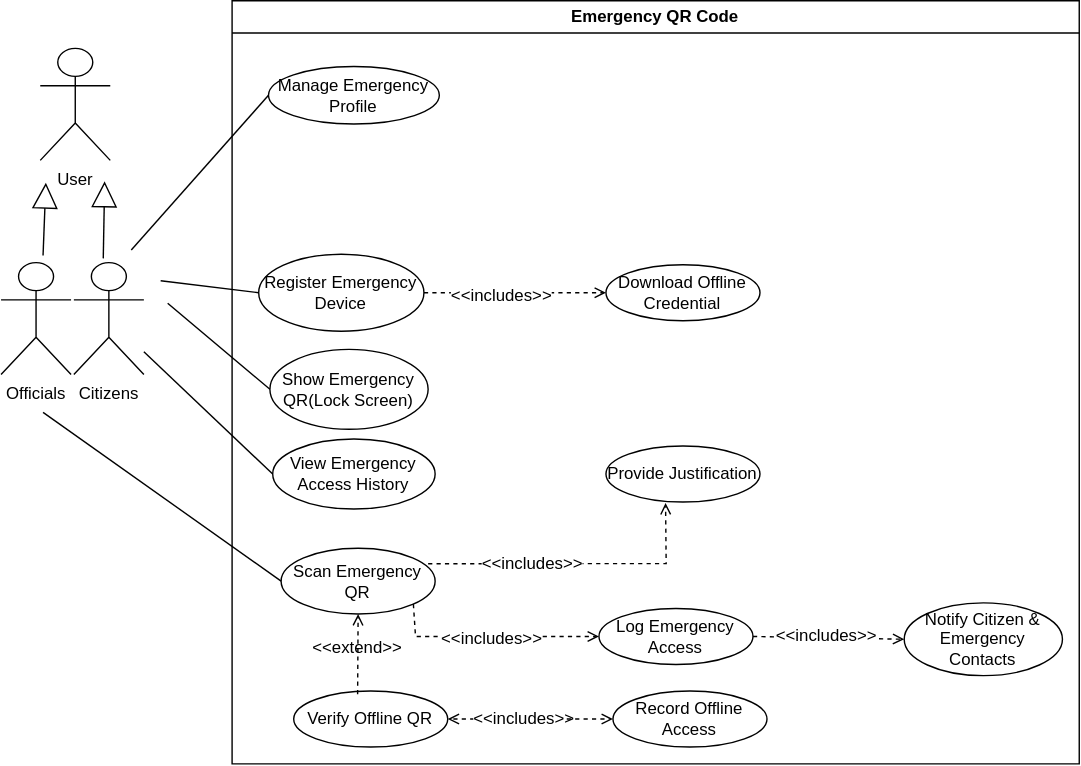
This is docs/images/emergency-qr.drawio.svg from COS301-SE-2026/South-African-Digital-ID-Wallet, a draw.io export, as it was before one commit. Source tidied: cells renumbered, new cells last; positions are measured from the earlier drawing's top-left corner, leaving out a move shared by most shapes.
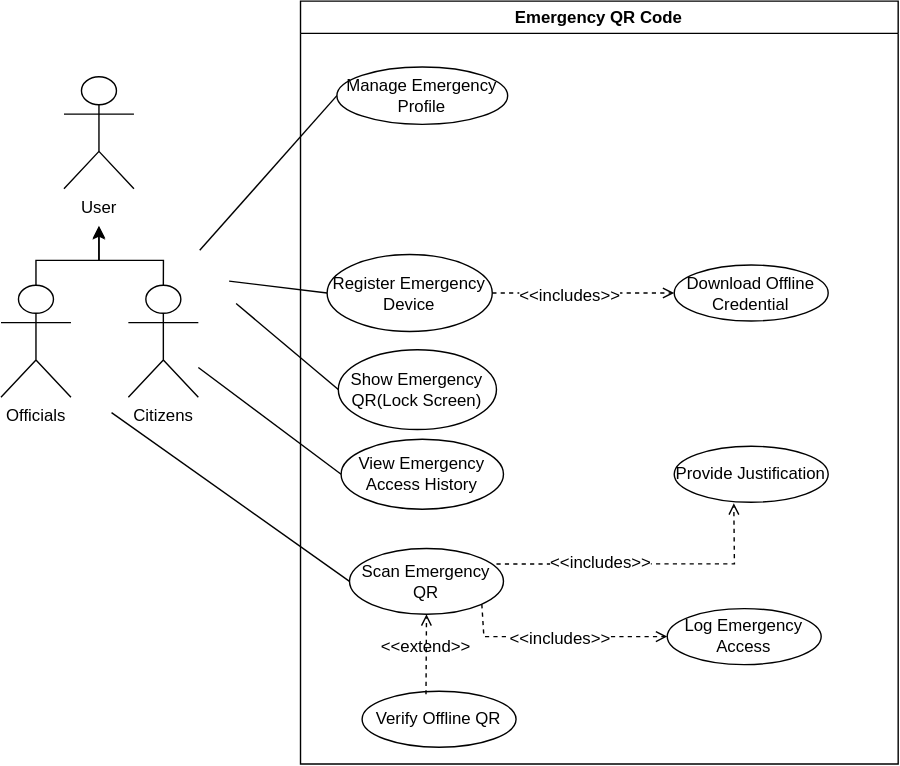
Above is the later version.

The edit, as a diff of the source:
```diff
@@ -3,7 +3,7 @@
     <mxCell id="0" />
     <mxCell id="1" parent="0" />
     <mxCell id="2" value="Emergency QR Code" style="swimlane;whiteSpace=wrap;html=1;startSize=23;" parent="1" vertex="1">
-      <mxGeometry x="165" width="605" height="545" as="geometry" />
+      <mxGeometry x="165" width="427" height="545" as="geometry" />
     </mxCell>
     <mxCell id="3" value="Manage Emergency Profile" style="ellipse;whiteSpace=wrap;html=1;" parent="2" vertex="1">
       <mxGeometry x="26" y="47" width="122" height="41" as="geometry" />
@@ -49,32 +49,12 @@
     <mxCell id="15" style="edgeStyle=none;shape=connector;rounded=0;jettySize=auto;html=1;exitX=0.415;exitY=0.056;exitDx=0;exitDy=0;entryX=0.5;entryY=1;entryDx=0;entryDy=0;strokeColor=default;align=center;verticalAlign=middle;fontFamily=Helvetica;fontSize=12;fontColor=default;labelBackgroundColor=default;endArrow=open;endFill=0;dashed=1;exitPerimeter=0;" parent="2" edge="1" source="8" target="7">
       <mxGeometry relative="1" as="geometry" />
     </mxCell>
-    <mxCell id="16" value="Record Offline Access" style="ellipse;whiteSpace=wrap;html=1;" parent="2" vertex="1">
-      <mxGeometry x="272" y="493" width="110" height="40" as="geometry" />
-    </mxCell>
-    <mxCell id="17" style="edgeStyle=none;shape=connector;rounded=0;jettySize=auto;html=1;strokeColor=default;align=center;verticalAlign=middle;fontFamily=Helvetica;fontSize=12;fontColor=default;labelBackgroundColor=default;endArrow=open;endFill=0;dashed=1;exitX=0;exitY=0.5;exitDx=0;exitDy=0;" parent="2" edge="1" source="18">
-      <mxGeometry relative="1" as="geometry">
-        <mxPoint x="154" y="513" as="targetPoint" />
-      </mxGeometry>
-    </mxCell>
-    <mxCell id="18" value="&amp;lt;&amp;lt;includes&amp;gt;&amp;gt;" style="text;html=1;whiteSpace=wrap;strokeColor=none;fillColor=none;align=center;verticalAlign=middle;rounded=0;fontFamily=Helvetica;fontSize=12;fontColor=default;labelBackgroundColor=default;" parent="2" vertex="1">
-      <mxGeometry x="179" y="498" width="60" height="30" as="geometry" />
-    </mxCell>
     <mxCell id="19" value="Provide Justification" style="ellipse;whiteSpace=wrap;html=1;" parent="2" vertex="1">
       <mxGeometry x="267" y="318" width="110" height="40" as="geometry" />
     </mxCell>
     <mxCell id="20" value="Log Emergency Access" style="ellipse;whiteSpace=wrap;html=1;" parent="2" vertex="1">
       <mxGeometry x="262" y="434" width="110" height="40" as="geometry" />
     </mxCell>
-    <mxCell id="21" style="edgeStyle=none;shape=connector;rounded=0;jettySize=auto;html=1;exitX=1;exitY=0.5;exitDx=0;exitDy=0;strokeColor=default;align=center;verticalAlign=middle;fontFamily=Helvetica;fontSize=12;fontColor=default;labelBackgroundColor=default;endArrow=open;endFill=0;dashed=1;entryX=0;entryY=0.5;entryDx=0;entryDy=0;" parent="2" edge="1" source="20" target="23">
-      <mxGeometry relative="1" as="geometry" />
-    </mxCell>
-    <mxCell id="22" value="&amp;lt;&amp;lt;includes&amp;gt;&amp;gt;" style="text;html=1;whiteSpace=wrap;strokeColor=none;fillColor=none;align=center;verticalAlign=middle;rounded=0;fontFamily=Helvetica;fontSize=12;fontColor=default;labelBackgroundColor=default;" parent="2" vertex="1">
-      <mxGeometry x="395" y="445" width="60" height="18" as="geometry" />
-    </mxCell>
-    <mxCell id="23" value="Notify Citizen &amp;amp; Emergency Contacts" style="ellipse;whiteSpace=wrap;html=1;" parent="2" vertex="1">
-      <mxGeometry x="480" y="430" width="113" height="52" as="geometry" />
-    </mxCell>
     <mxCell id="24" style="edgeStyle=none;shape=connector;rounded=0;jettySize=auto;html=1;strokeColor=default;align=center;verticalAlign=middle;fontFamily=Helvetica;fontSize=12;fontColor=default;labelBackgroundColor=default;endArrow=open;endFill=0;dashed=1;exitX=1;exitY=1;exitDx=0;exitDy=0;entryX=0;entryY=0.5;entryDx=0;entryDy=0;" parent="2" edge="1" source="7" target="20">
       <mxGeometry relative="1" as="geometry">
         <Array as="points">
@@ -85,14 +65,20 @@
     <mxCell id="25" value="&amp;lt;&amp;lt;includes&amp;gt;&amp;gt;" style="text;html=1;whiteSpace=wrap;strokeColor=none;fillColor=none;align=center;verticalAlign=middle;rounded=0;fontFamily=Helvetica;fontSize=12;fontColor=default;labelBackgroundColor=default;" parent="2" vertex="1">
       <mxGeometry x="156" y="448" width="60" height="16" as="geometry" />
     </mxCell>
-    <mxCell id="26" style="edgeStyle=none;shape=connector;rounded=0;jettySize=auto;html=1;strokeColor=default;align=center;verticalAlign=middle;fontFamily=Helvetica;fontSize=12;fontColor=default;labelBackgroundColor=default;endArrow=open;endFill=0;dashed=1;entryX=0;entryY=0.5;entryDx=0;entryDy=0;" parent="2" edge="1" source="18" target="16">
-      <mxGeometry relative="1" as="geometry" />
-    </mxCell>
     <mxCell id="27" style="edgeStyle=none;shape=connector;rounded=0;jettySize=auto;html=1;entryX=0;entryY=0.5;entryDx=0;entryDy=0;strokeColor=default;align=center;verticalAlign=middle;fontFamily=Helvetica;fontSize=12;fontColor=default;labelBackgroundColor=default;endArrow=none;endFill=0;" parent="1" edge="1" source="28" target="4">
       <mxGeometry relative="1" as="geometry" />
     </mxCell>
+    <mxCell id="37" style="edgeStyle=orthogonalEdgeStyle;rounded=0;jettySize=auto;html=1;exitX=0.5;exitY=0;exitDx=0;exitDy=0;exitPerimeter=0;" parent="1" edge="1" source="28">
+      <mxGeometry relative="1" as="geometry">
+        <mxPoint x="20.9" y="161.2" as="targetPoint" />
+        <Array as="points">
+          <mxPoint x="67" y="185.2" />
+          <mxPoint x="20.9" y="185.2" />
+        </Array>
+      </mxGeometry>
+    </mxCell>
     <mxCell id="28" value="Citizens" style="shape=umlActor;verticalLabelPosition=bottom;verticalAlign=top;html=1;outlineConnect=0;" parent="1" vertex="1">
-      <mxGeometry x="52" y="187" width="50" height="80" as="geometry" />
+      <mxGeometry x="42" y="203" width="50" height="80" as="geometry" />
     </mxCell>
     <mxCell id="29" style="rounded=0;jettySize=auto;html=1;entryX=0;entryY=0.5;entryDx=0;entryDy=0;fontFamily=Helvetica;fontSize=12;fontColor=default;endArrow=none;endFill=0;" parent="1" edge="1" target="3">
       <mxGeometry relative="1" as="geometry">
@@ -110,27 +96,24 @@
       </mxGeometry>
     </mxCell>
     <mxCell id="32" value="User" style="shape=umlActor;verticalLabelPosition=bottom;verticalAlign=top;html=1;" parent="1" vertex="1">
-      <mxGeometry x="28" y="34" width="50" height="80" as="geometry" />
+      <mxGeometry x="-4" y="54" width="50" height="80" as="geometry" />
     </mxCell>
-    <mxCell id="33" style="endArrow=block;endSize=16;endFill=0;html=1;rounded=0;strokeColor=default;align=center;verticalAlign=middle;fontFamily=Helvetica;fontSize=12;fontColor=default;labelBackgroundColor=default;edgeStyle=none;curved=0;" parent="1" edge="1">
-      <mxGeometry relative="1" as="geometry">
-        <mxPoint x="30" y="182" as="sourcePoint" />
-        <mxPoint x="32" y="130" as="targetPoint" />
-      </mxGeometry>
-    </mxCell>
     <mxCell id="34" style="edgeStyle=none;shape=connector;rounded=0;jettySize=auto;html=1;entryX=0;entryY=0.5;entryDx=0;entryDy=0;strokeColor=default;align=center;verticalAlign=middle;fontFamily=Helvetica;fontSize=12;fontColor=default;labelBackgroundColor=default;endArrow=none;endFill=0;" parent="1" edge="1" target="7">
       <mxGeometry relative="1" as="geometry">
         <mxPoint x="30" y="294" as="sourcePoint" />
       </mxGeometry>
     </mxCell>
+    <mxCell id="38" style="edgeStyle=orthogonalEdgeStyle;rounded=0;jettySize=auto;html=1;exitX=0.5;exitY=0;exitDx=0;exitDy=0;exitPerimeter=0;" parent="1" edge="1" source="35">
+      <mxGeometry relative="1" as="geometry">
+        <mxPoint x="21" y="160.4" as="targetPoint" />
+        <Array as="points">
+          <mxPoint x="-24" y="185.2" />
+          <mxPoint x="21" y="185.2" />
+        </Array>
+      </mxGeometry>
+    </mxCell>
     <mxCell id="35" value="Officials" style="shape=umlActor;verticalLabelPosition=bottom;verticalAlign=top;html=1;outlineConnect=0;" parent="1" vertex="1">
-      <mxGeometry y="187" width="50" height="80" as="geometry" />
+      <mxGeometry x="-49" y="203" width="50" height="80" as="geometry" />
     </mxCell>
-    <mxCell id="36" style="endArrow=block;endSize=16;endFill=0;html=1;rounded=0;strokeColor=default;align=center;verticalAlign=middle;fontFamily=Helvetica;fontSize=12;fontColor=default;labelBackgroundColor=default;edgeStyle=none;curved=0;" parent="1" edge="1">
-      <mxGeometry relative="1" as="geometry">
-        <mxPoint x="73" y="184" as="sourcePoint" />
-        <mxPoint x="74" y="129" as="targetPoint" />
-      </mxGeometry>
-    </mxCell>
   </root>
 </mxGraphModel>
```
